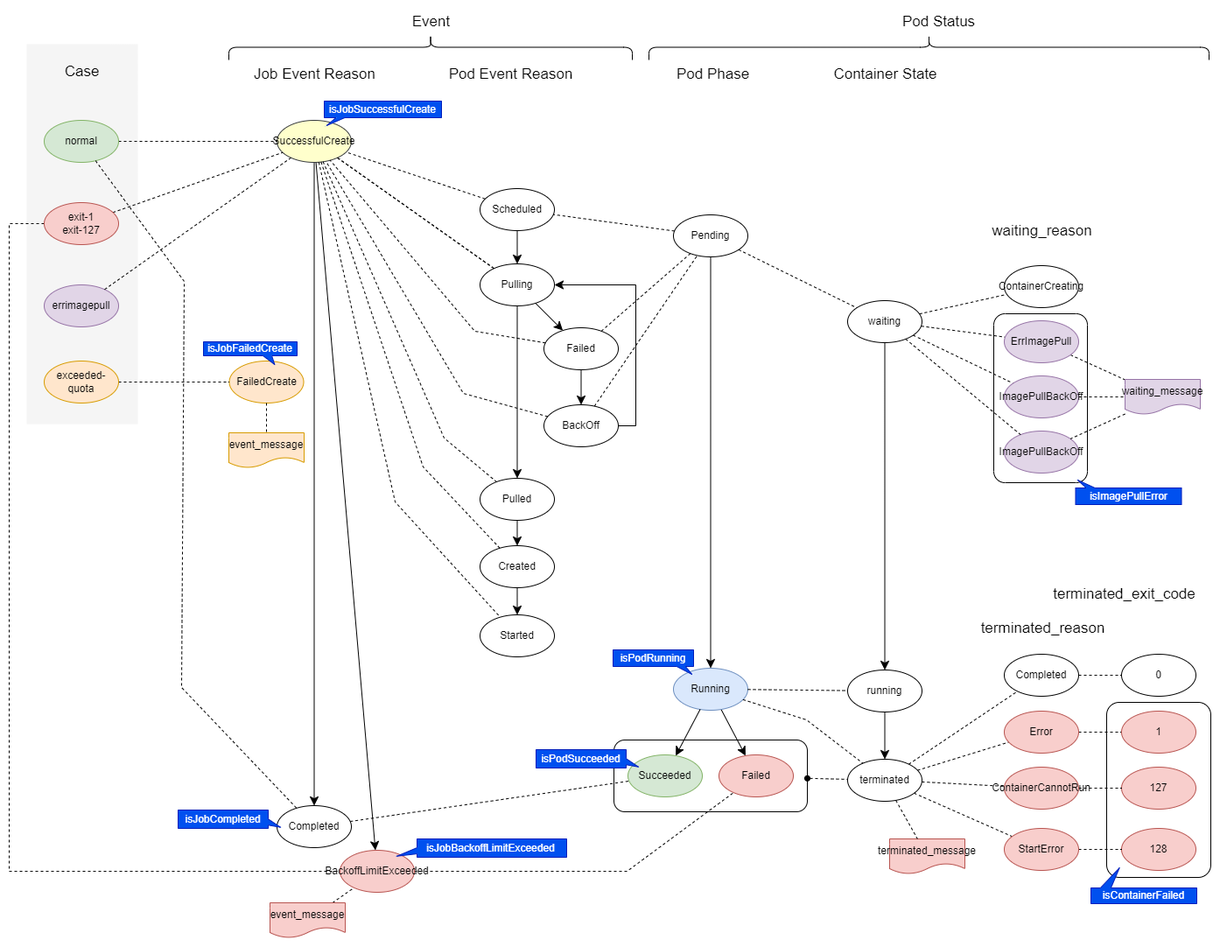
reddiana/reddiana.github.io keeps this draw.io diagram as content/asset/k8s_job_status.png. Above is the earlier version. Source tidied: cells renumbered, new cells last; positions are measured from the earlier drawing's top-left corner, leaving out a move shared by most shapes.
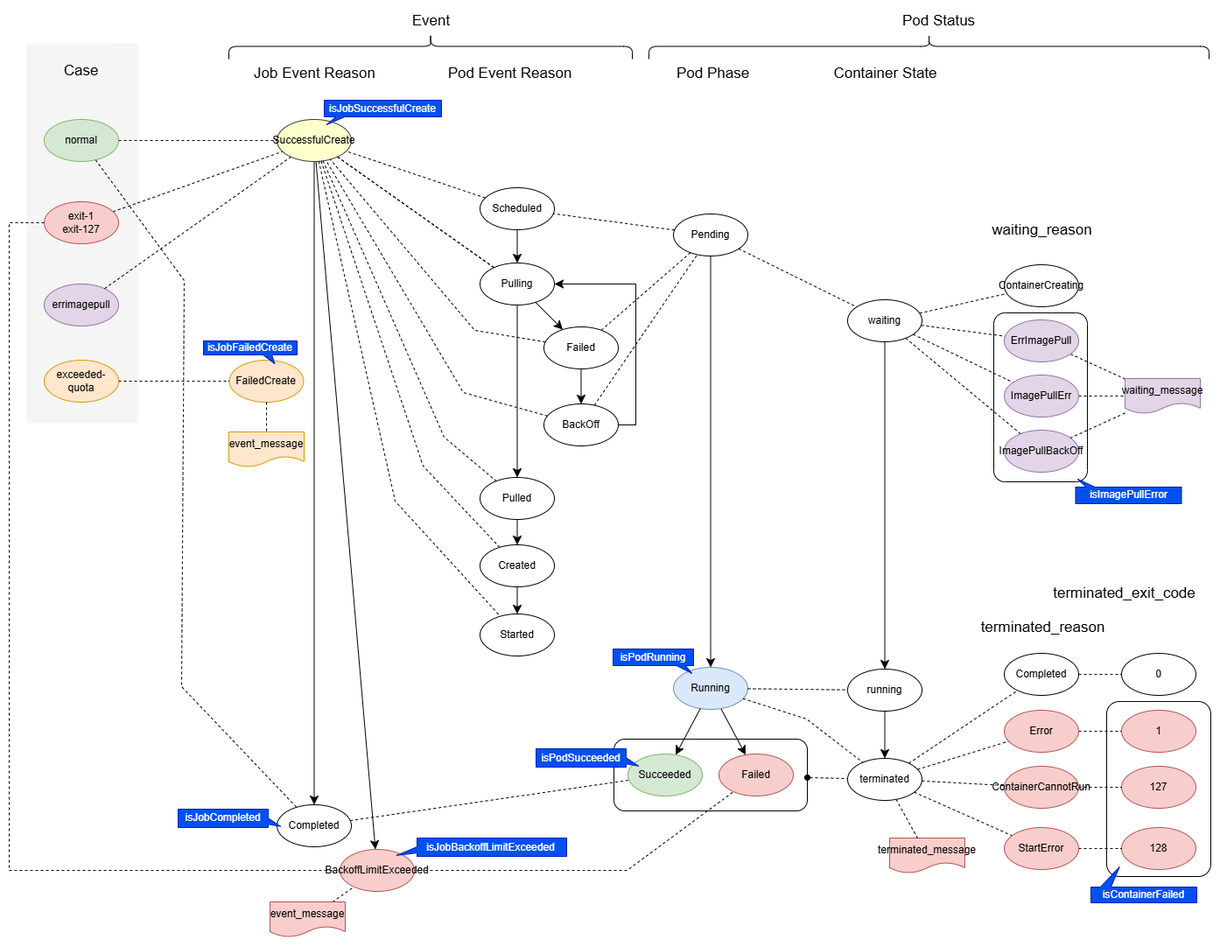
Later version of the same file.

The edit, as a diff of the source:
```diff
@@ -278,7 +278,7 @@
     <mxCell id="81" value="&lt;div&gt;ErrImagePull&lt;/div&gt;" style="ellipse;whiteSpace=wrap;html=1;fillColor=#e1d5e7;strokeColor=#9673a6;flipV=0;" parent="1" vertex="1">
       <mxGeometry x="1137" y="356" width="85" height="48" as="geometry" />
     </mxCell>
-    <mxCell id="82" value="&lt;div&gt;ImagePullBackOff&lt;/div&gt;" style="ellipse;whiteSpace=wrap;html=1;fillColor=#e1d5e7;strokeColor=#9673a6;flipV=0;" parent="1" vertex="1">
+    <mxCell id="82" value="&lt;div&gt;ImagePullErr&lt;/div&gt;" style="ellipse;whiteSpace=wrap;html=1;fillColor=#e1d5e7;strokeColor=#9673a6;flipV=0;" parent="1" vertex="1">
       <mxGeometry x="1137" y="419" width="85" height="48" as="geometry" />
     </mxCell>
     <mxCell id="83" value="&lt;div&gt;waiting_message&lt;/div&gt;" style="shape=document;whiteSpace=wrap;html=1;boundedLbl=1;fontFamily=Helvetica;fontSize=12;fontColor=default;labelBackgroundColor=none;strokeColor=#9673a6;align=center;verticalAlign=middle;fillColor=#e1d5e7;" parent="1" vertex="1">
```
